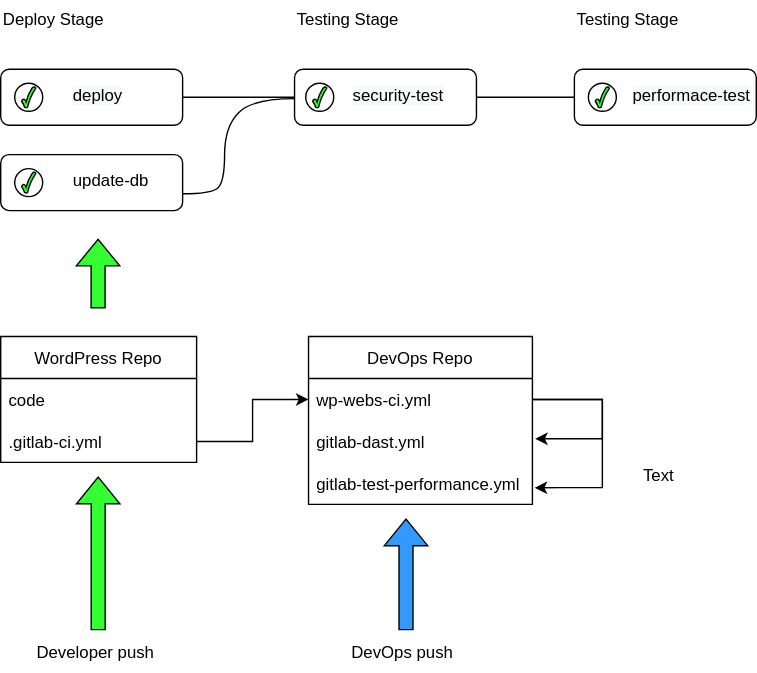
This is images/WP_development.drawio.svg from varn0/gitlab-cicd, a draw.io export, as it was before one commit. Source tidied: cells renumbered, new cells last; positions are measured from the earlier drawing's top-left corner, leaving out a move shared by most shapes.
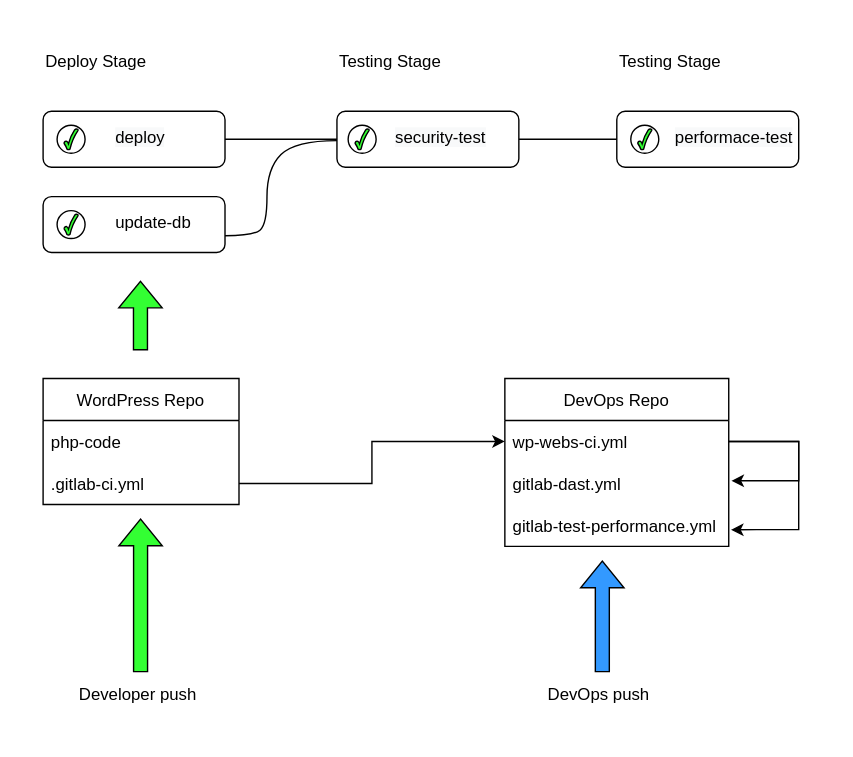
Later version of the same file.

Diff of the diagram source:
```diff
@@ -12,7 +12,7 @@
       <mxGeometry y="60" width="140" height="30" as="geometry" />
     </mxCell>
     <mxCell id="5" value="DevOps Repo" style="swimlane;fontStyle=0;horizontal=1;startSize=30;" parent="1" vertex="1">
-      <mxGeometry x="220" y="240" width="160" height="120" as="geometry" />
+      <mxGeometry x="330" y="240" width="160" height="120" as="geometry" />
     </mxCell>
     <mxCell id="6" value="wp-webs-ci.yml" style="text;strokeColor=none;fillColor=none;align=left;verticalAlign=middle;spacingLeft=4;spacingRight=4;overflow=hidden;points=[[0,0.5],[1,0.5]];portConstraint=eastwest;" parent="5" vertex="1">
       <mxGeometry y="30" width="160" height="30" as="geometry" />
@@ -53,12 +53,12 @@
       <mxGeometry x="20" y="450" width="100" height="30" as="geometry" />
     </mxCell>
     <mxCell id="14" value="DevOps push" style="text;strokeColor=none;fillColor=none;align=left;verticalAlign=middle;spacingLeft=4;spacingRight=4;overflow=hidden;" parent="1" vertex="1">
-      <mxGeometry x="245" y="450" width="90" height="30" as="geometry" />
+      <mxGeometry x="355" y="450" width="90" height="30" as="geometry" />
     </mxCell>
     <mxCell id="15" style="shape=flexArrow;endArrow=classic;html=1;rounded=0;fillColor=#3399FF;" parent="1" edge="1">
       <mxGeometry relative="1" as="geometry">
-        <mxPoint x="289.7" y="450" as="sourcePoint" />
-        <mxPoint x="289.7" y="370" as="targetPoint" />
+        <mxPoint x="399.7" y="450" as="sourcePoint" />
+        <mxPoint x="399.7" y="370" as="targetPoint" />
       </mxGeometry>
     </mxCell>
     <mxCell id="16" style="edgeStyle=orthogonalEdgeStyle;rounded=0;jettySize=auto;html=1;entryX=0;entryY=0.5;entryDx=0;entryDy=0;endArrow=none;endFill=0;" parent="1" edge="1" source="17" target="20">
@@ -96,9 +96,6 @@
         <mxPoint x="69.6" y="170" as="targetPoint" />
       </mxGeometry>
     </mxCell>
-    <mxCell id="26" value="Text" style="text;html=1;align=center;verticalAlign=middle;strokeColor=none;fillColor=none;" parent="1" vertex="1">
-      <mxGeometry x="450" y="330" width="40" height="20" as="geometry" />
-    </mxCell>
     <mxCell id="27" style="verticalLabelPosition=bottom;verticalAlign=top;html=1;shape=mxgraph.basic.tick;fillColor=#33FF33;gradientColor=none;" parent="1" vertex="1">
       <mxGeometry x="15" y="61.5" width="10" height="15" as="geometry" />
     </mxCell>
```
